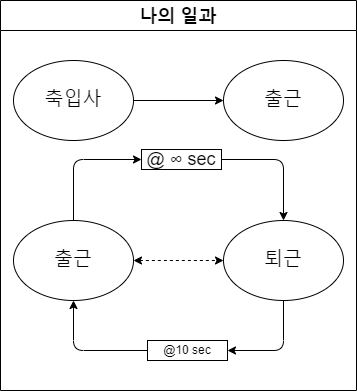
This is MySystem/png/my1.dio.png from DualsoftDev/ds, a draw.io export, as it was before one commit. Source tidied: cells renumbered, new cells last; positions are measured from the earlier drawing's top-left corner, leaving out a move shared by most shapes.
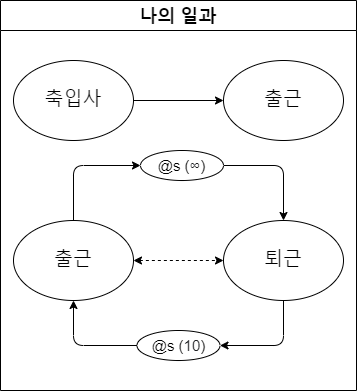
After the commit.

What changed in the source:
```diff
@@ -5,33 +5,27 @@
     <mxCell id="2" value="나의 일과" style="swimlane;labelBackgroundColor=#FFFFFF;fontColor=none;fontSize=18;startSize=30;" parent="1" vertex="1">
       <mxGeometry width="356" height="390" as="geometry" />
     </mxCell>
-    <mxCell id="3" style="edgeStyle=orthogonalEdgeStyle;html=1;exitX=0.5;exitY=0;exitDx=0;exitDy=0;entryX=0;entryY=0.5;entryDx=0;entryDy=0;" parent="2" edge="1" source="5" target="11">
+    <mxCell id="3" style="edgeStyle=orthogonalEdgeStyle;html=1;exitX=0.5;exitY=0;exitDx=0;exitDy=0;entryX=0;entryY=0.5;entryDx=0;entryDy=0;" parent="2" edge="1" source="5" target="15">
       <mxGeometry relative="1" as="geometry" />
     </mxCell>
-    <mxCell id="4" style="edgeStyle=orthogonalEdgeStyle;html=1;exitX=1;exitY=0.5;exitDx=0;exitDy=0;fontSize=20;dashed=1;startArrow=classic;startFill=1;" parent="2" edge="1" source="5" target="7">
+    <mxCell id="4" style="edgeStyle=orthogonalEdgeStyle;html=1;exitX=1;exitY=0.5;exitDx=0;exitDy=0;fontSize=15;dashed=1;startArrow=classic;startFill=1;" parent="2" edge="1" source="5" target="7">
       <mxGeometry relative="1" as="geometry" />
     </mxCell>
     <mxCell id="5" value="출근" style="ellipse;whiteSpace=wrap;html=1;labelBackgroundColor=#FFFFFF;fontColor=none;fontSize=19;" parent="2" vertex="1">
       <mxGeometry x="13" y="220" width="120" height="80" as="geometry" />
     </mxCell>
-    <mxCell id="6" style="edgeStyle=orthogonalEdgeStyle;html=1;exitX=0.5;exitY=1;exitDx=0;exitDy=0;entryX=1;entryY=0.5;entryDx=0;entryDy=0;" parent="2" edge="1" source="7" target="9">
+    <mxCell id="6" style="edgeStyle=orthogonalEdgeStyle;html=1;exitX=0.5;exitY=1;exitDx=0;exitDy=0;entryX=1;entryY=0.5;entryDx=0;entryDy=0;" parent="2" edge="1" source="7" target="16">
       <mxGeometry relative="1" as="geometry" />
     </mxCell>
     <mxCell id="7" value="퇴근" style="ellipse;whiteSpace=wrap;html=1;labelBackgroundColor=#FFFFFF;fontColor=none;fontSize=19;" parent="2" vertex="1">
       <mxGeometry x="223" y="220" width="120" height="80" as="geometry" />
     </mxCell>
-    <mxCell id="8" style="edgeStyle=orthogonalEdgeStyle;html=1;exitX=0;exitY=0.5;exitDx=0;exitDy=0;" parent="2" edge="1" source="9" target="5">
+    <mxCell id="8" style="edgeStyle=orthogonalEdgeStyle;html=1;exitX=0;exitY=0.5;exitDx=0;exitDy=0;" parent="2" edge="1" source="16" target="5">
       <mxGeometry relative="1" as="geometry" />
     </mxCell>
-    <mxCell id="9" value="@10 sec" style="rounded=0;whiteSpace=wrap;html=1;" parent="2" vertex="1">
-      <mxGeometry x="147" y="340" width="80" height="20" as="geometry" />
-    </mxCell>
-    <mxCell id="10" style="edgeStyle=orthogonalEdgeStyle;html=1;exitX=1;exitY=0.5;exitDx=0;exitDy=0;entryX=0.5;entryY=0;entryDx=0;entryDy=0;" parent="2" edge="1" source="11" target="7">
+    <mxCell id="10" style="edgeStyle=orthogonalEdgeStyle;html=1;exitX=1;exitY=0.5;exitDx=0;exitDy=0;entryX=0.5;entryY=0;entryDx=0;entryDy=0;" parent="2" edge="1" source="15" target="7">
       <mxGeometry relative="1" as="geometry" />
     </mxCell>
-    <mxCell id="11" value="&lt;div style=&quot;text-align: left; font-size: 18px;&quot;&gt;&lt;span style=&quot;font-size: 18px;&quot;&gt;@ ∞ sec&lt;/span&gt;&lt;/div&gt;" style="rounded=0;whiteSpace=wrap;html=1;fontSize=18;" parent="2" vertex="1">
-      <mxGeometry x="141" y="149" width="80" height="20" as="geometry" />
-    </mxCell>
     <mxCell id="12" style="edgeStyle=orthogonalEdgeStyle;html=1;exitX=1;exitY=0.5;exitDx=0;exitDy=0;entryX=0;entryY=0.5;entryDx=0;entryDy=0;fontSize=18;startArrow=none;startFill=0;" parent="2" edge="1" source="13" target="14">
       <mxGeometry relative="1" as="geometry" />
     </mxCell>
@@ -41,5 +35,11 @@
     <mxCell id="14" value="출근" style="ellipse;whiteSpace=wrap;html=1;labelBackgroundColor=#FFFFFF;fontColor=none;fontSize=19;" parent="2" vertex="1">
       <mxGeometry x="223" y="60" width="120" height="80" as="geometry" />
     </mxCell>
+    <mxCell id="15" value="@s (&lt;span style=&quot;color: rgb(32, 33, 36); font-family: &amp;quot;apple sd gothic neo&amp;quot;, arial, sans-serif; font-size: 15px; text-align: left;&quot;&gt;∞&lt;/span&gt;)" style="ellipse;whiteSpace=wrap;html=1;labelBackgroundColor=#FFFFFF;fontColor=none;fontSize=15;" parent="2" vertex="1">
+      <mxGeometry x="140" y="150" width="83" height="30" as="geometry" />
+    </mxCell>
+    <mxCell id="16" value="&lt;div style=&quot;text-align: left; font-size: 15px;&quot;&gt;@s (&lt;font color=&quot;#202124&quot; face=&quot;apple sd gothic neo, arial, sans-serif&quot; style=&quot;font-size: 15px;&quot;&gt;&lt;span style=&quot;font-size: 15px;&quot;&gt;10&lt;/span&gt;&lt;/font&gt;)&lt;/div&gt;" style="ellipse;whiteSpace=wrap;html=1;labelBackgroundColor=#FFFFFF;fontColor=none;fontSize=15;" parent="2" vertex="1">
+      <mxGeometry x="136.5" y="330" width="83" height="30" as="geometry" />
+    </mxCell>
   </root>
 </mxGraphModel>
```
